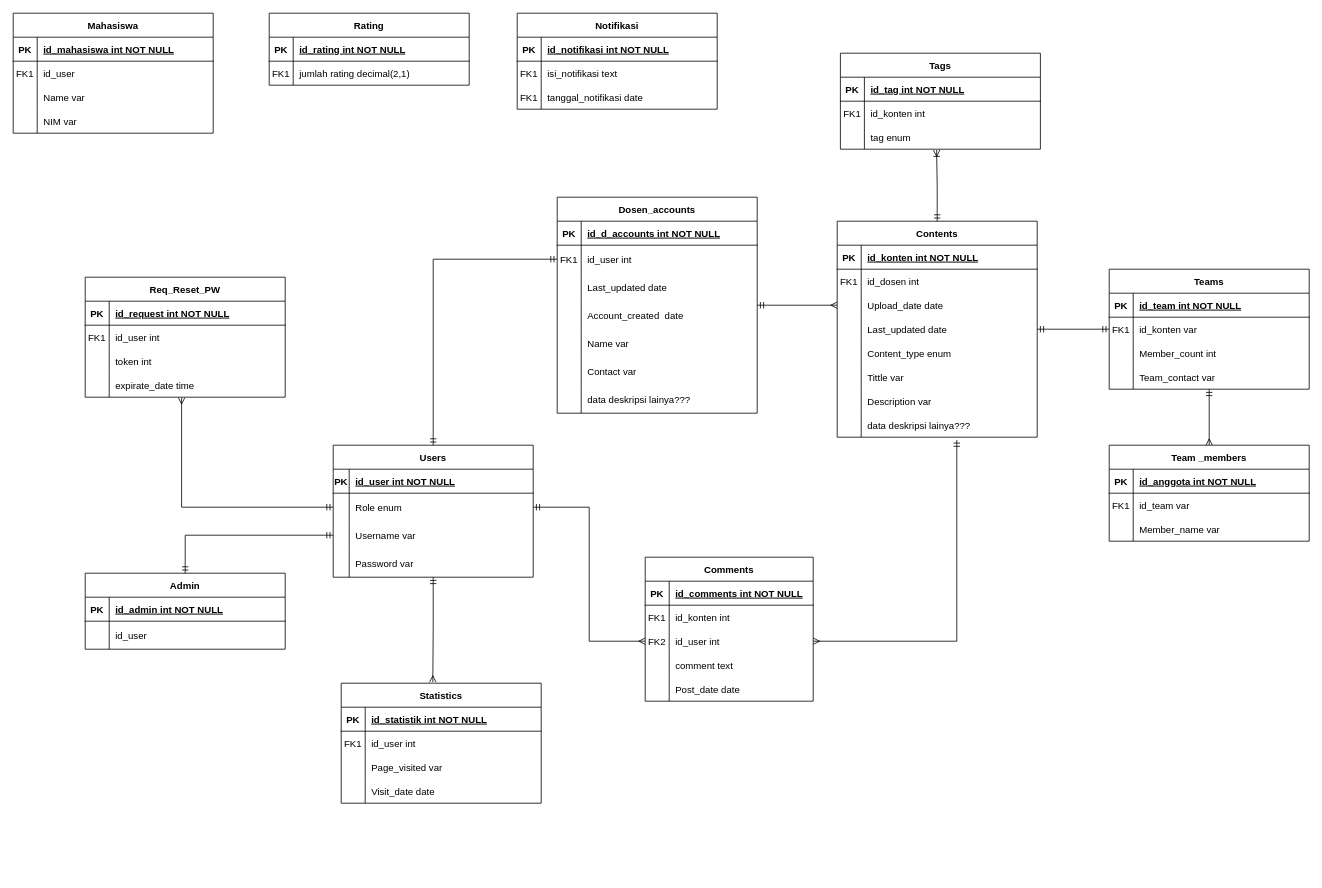
Before: Untitled Diagram.drawio in Iknip26/PAD_portofolio_TA, a draw.io diagram. Source tidied: cells renumbered, new cells numbered last; positions are measured from the earlier drawing's top-left corner, leaving out a move shared by most shapes. Both pictures are drawn from the tidied source at 80%, with x=0, y=0 at pixel (13, 13).
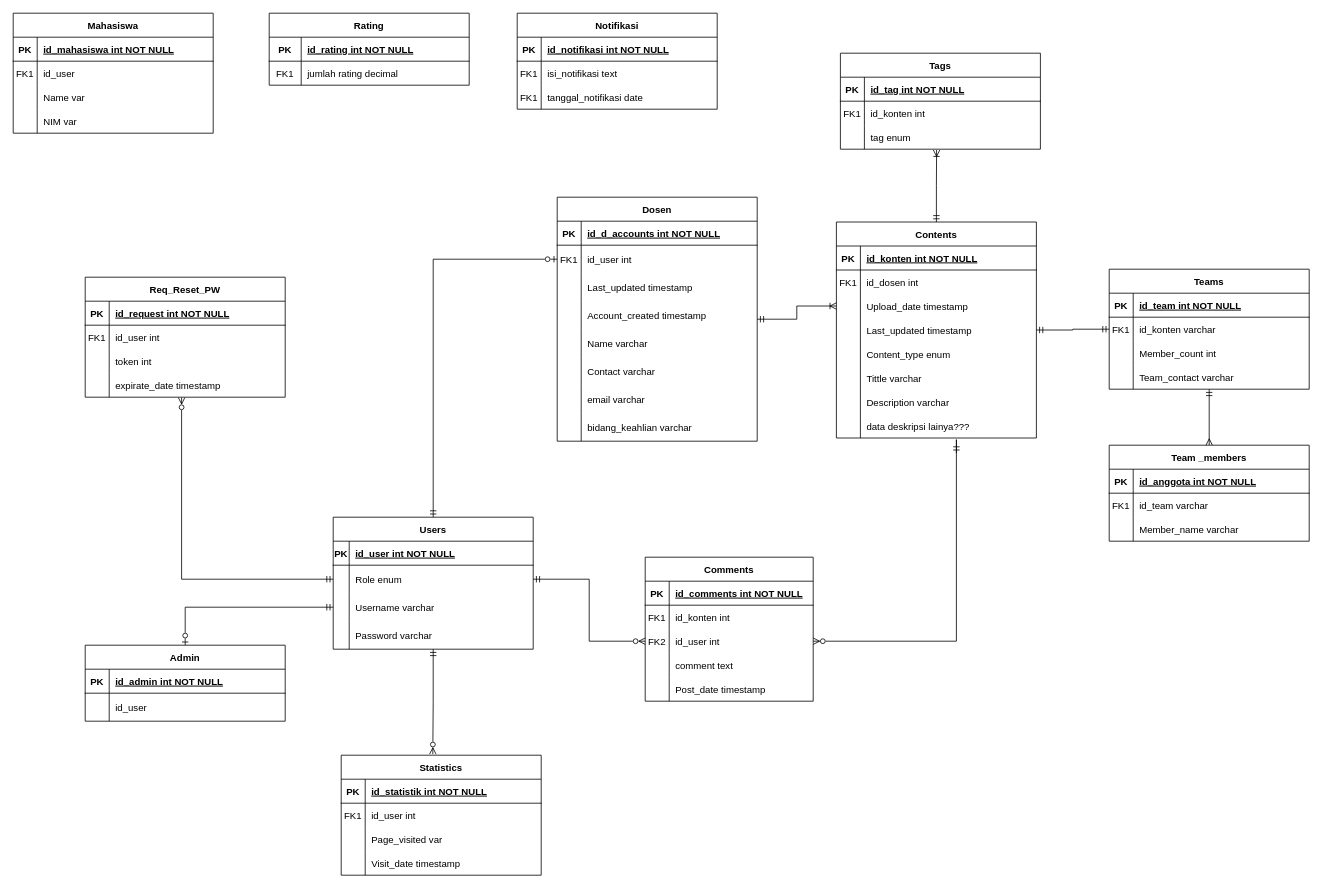
Above is the later version.

The change refers to these unchanged cells:
```xml
<mxCell id="11" style="shape=partialRectangle;fillColor=none;points=[[0,0.5],[1,0.5]];portConstraint=eastwest;top=0;left=0;right=0;bottom=0;" parent="4" vertex="1">
  <mxGeometry y="90" width="250" height="30" as="geometry" />
</mxCell>
<mxCell id="14" style="shape=partialRectangle;fillColor=none;top=0;left=0;right=0;bottom=0;" parent="4" vertex="1">
  <mxGeometry y="120" width="250" height="30" as="geometry" />
</mxCell>
<mxCell id="20" style="shape=partialRectangle;fillColor=none;top=0;left=0;right=0;bottom=0;" parent="4" vertex="1">
  <mxGeometry y="180" width="250" height="30" as="geometry" />
</mxCell>
<mxCell id="23" style="shape=partialRectangle;fillColor=none;top=0;left=0;right=0;bottom=0;" parent="4" vertex="1">
  <mxGeometry y="210" width="250" height="30" as="geometry" />
</mxCell>
<mxCell id="26" style="shape=partialRectangle;fillColor=none;points=[[0,0.5],[1,0.5]];portConstraint=eastwest;top=0;left=0;right=0;bottom=0;" parent="4" vertex="1">
  <mxGeometry y="240" width="250" height="30" as="geometry" />
</mxCell>
<mxCell id="37" style="shape=partialRectangle;fillColor=none;points=[[0,0.5],[1,0.5]];portConstraint=eastwest;top=0;left=0;right=0;bottom=0;" parent="30" vertex="1">
  <mxGeometry y="90" width="210" height="30" as="geometry" />
</mxCell>
<mxCell id="43" style="shape=partialRectangle;fillColor=none;top=0;left=0;right=0;bottom=0;" parent="30" vertex="1">
  <mxGeometry y="150" width="210" height="30" as="geometry" />
</mxCell>
<mxCell id="53" style="shape=partialRectangle;fillColor=none;points=[[0,0.5],[1,0.5]];portConstraint=eastwest;top=0;left=0;right=0;bottom=0;" parent="49" vertex="1">
  <mxGeometry y="60" width="250" height="35" as="geometry" />
</mxCell>
<mxCell id="56" style="shape=partialRectangle;fillColor=none;points=[[0,0.5],[1,0.5]];portConstraint=eastwest;top=0;left=0;right=0;bottom=0;" parent="49" vertex="1">
  <mxGeometry y="95" width="250" height="35" as="geometry" />
</mxCell>
<mxCell id="59" style="shape=partialRectangle;fillColor=none;top=0;left=0;right=0;bottom=0;" parent="49" vertex="1">
  <mxGeometry y="130" width="250" height="35" as="geometry" />
</mxCell>
<mxCell id="63" style="shape=partialRectangle;fillColor=none;top=0;left=0;right=0;bottom=1;" parent="62" vertex="1">
  <mxGeometry y="30" width="250" height="30" as="geometry" />
</mxCell>
<mxCell id="66" style="shape=partialRectangle;fillColor=none;top=0;left=0;right=0;bottom=0;" parent="62" vertex="1">
  <mxGeometry y="60" width="250" height="30" as="geometry" />
</mxCell>
<mxCell id="74" style="shape=partialRectangle;fillColor=none;points=[[0,0.5],[1,0.5]];portConstraint=eastwest;top=0;left=0;right=0;bottom=0;" parent="70" vertex="1">
  <mxGeometry y="60" width="250" height="30" as="geometry" />
</mxCell>
<mxCell id="80" style="shape=partialRectangle;fillColor=none;top=0;left=0;right=0;bottom=0;" parent="70" vertex="1">
  <mxGeometry y="120" width="250" height="30" as="geometry" />
</mxCell>
<mxCell id="87" style="shape=partialRectangle;fillColor=none;top=0;left=0;right=0;bottom=0;" parent="83" vertex="1">
  <mxGeometry y="60" width="250" height="30" as="geometry" />
</mxCell>
<mxCell id="90" style="shape=partialRectangle;fillColor=none;top=0;left=0;right=0;bottom=0;" parent="83" vertex="1">
  <mxGeometry y="90" width="250" height="30" as="geometry" />
</mxCell>
<mxCell id="103" style="shape=partialRectangle;fillColor=none;top=0;left=0;right=0;bottom=0;" parent="93" vertex="1">
  <mxGeometry y="120" width="250" height="30" as="geometry" />
</mxCell>
<mxCell id="126" style="shape=partialRectangle;fillColor=none;points=[[0,0.5],[1,0.5]];portConstraint=eastwest;top=0;left=0;right=0;bottom=0;" parent="116" vertex="1">
  <mxGeometry y="120" width="250" height="30" as="geometry" />
</mxCell>
<mxCell id="134" style="shape=partialRectangle;fillColor=none;points=[[0,0.5],[1,0.5]];portConstraint=eastwest;top=0;left=0;right=0;bottom=0;" parent="130" vertex="1">
  <mxGeometry y="60" width="250" height="35" as="geometry" />
</mxCell>
<mxCell id="137" style="shape=partialRectangle;fillColor=none;top=0;left=0;right=0;bottom=0;" parent="130" vertex="1">
  <mxGeometry y="95" width="250" height="35" as="geometry" />
</mxCell>
<mxCell id="140" style="shape=partialRectangle;fillColor=none;top=0;left=0;right=0;bottom=0;" parent="130" vertex="1">
  <mxGeometry y="130" width="250" height="35" as="geometry" />
</mxCell>
<mxCell id="143" style="shape=partialRectangle;fillColor=none;top=0;left=0;right=0;bottom=0;" parent="130" vertex="1">
  <mxGeometry y="165" width="250" height="35" as="geometry" />
</mxCell>
<mxCell id="146" style="shape=partialRectangle;fillColor=none;top=0;left=0;right=0;bottom=0;" parent="130" vertex="1">
  <mxGeometry y="200" width="250" height="35" as="geometry" />
</mxCell>
```

Diff of the diagram source:
```diff
@@
     <mxCell id="4" value="Contents" style="shape=table;startSize=30;childLayout=tableLayout;rowLines=0;fontStyle=1;align=center;" parent="1" vertex="1">
-      <mxGeometry x="1030" y="260" width="250" height="270" as="geometry" />
+      <mxGeometry x="1029" y="261" width="250" height="270" as="geometry" />
     </mxCell>
@@
-    <mxCell id="13" value="Upload_date date" style="shape=partialRectangle;overflow=hidden;fillColor=none;top=0;left=0;bottom=0;right=0;align=left;spacingLeft=6;" parent="11" vertex="1">
+    <mxCell id="13" value="Upload_date timestamp" style="shape=partialRectangle;overflow=hidden;fillColor=none;top=0;left=0;bottom=0;right=0;align=left;spacingLeft=6;" parent="11" vertex="1">
       <mxGeometry x="30" width="220" height="30" as="geometry" />
     </mxCell>
@@
-    <mxCell id="16" value="Last_updated date" style="shape=partialRectangle;overflow=hidden;fillColor=none;top=0;left=0;bottom=0;right=0;align=left;spacingLeft=6;" parent="14" vertex="1">
+    <mxCell id="16" value="Last_updated timestamp" style="shape=partialRectangle;overflow=hidden;fillColor=none;top=0;left=0;bottom=0;right=0;align=left;spacingLeft=6;" parent="14" vertex="1">
       <mxGeometry x="30" width="220" height="30" as="geometry" />
     </mxCell>
@@
-    <mxCell id="22" value="Tittle var" style="shape=partialRectangle;overflow=hidden;fillColor=none;top=0;left=0;bottom=0;right=0;align=left;spacingLeft=6;" parent="20" vertex="1">
+    <mxCell id="22" value="Tittle varchar" style="shape=partialRectangle;overflow=hidden;fillColor=none;top=0;left=0;bottom=0;right=0;align=left;spacingLeft=6;" parent="20" vertex="1">
       <mxGeometry x="30" width="220" height="30" as="geometry" />
     </mxCell>
@@
-    <mxCell id="25" value="Description var" style="shape=partialRectangle;overflow=hidden;fillColor=none;top=0;left=0;bottom=0;right=0;align=left;spacingLeft=6;" parent="23" vertex="1">
+    <mxCell id="25" value="Description varchar" style="shape=partialRectangle;overflow=hidden;fillColor=none;top=0;left=0;bottom=0;right=0;align=left;spacingLeft=6;" parent="23" vertex="1">
       <mxGeometry x="30" width="220" height="30" as="geometry" />
     </mxCell>
@@
-    <mxCell id="29" style="edgeStyle=orthogonalEdgeStyle;rounded=0;jettySize=auto;html=1;entryX=0.598;entryY=1.112;entryDx=0;entryDy=0;entryPerimeter=0;exitX=1;exitY=0.5;exitDx=0;exitDy=0;startArrow=ERmany;startFill=0;endArrow=ERmandOne;endFill=0;" parent="1" edge="1" source="37" target="26">
+    <mxCell id="29" style="edgeStyle=orthogonalEdgeStyle;rounded=0;jettySize=auto;html=1;exitX=1;exitY=0.5;exitDx=0;exitDy=0;startArrow=ERzeroToMany;startFill=0;endArrow=ERmandOne;endFill=0;" parent="1" edge="1" source="37">
       <mxGeometry relative="1" as="geometry">
+        <mxPoint x="1179" y="550" as="targetPoint" />
         <Array as="points">
           <mxPoint x="1179" y="785" />
           <mxPoint x="1179" y="533" />
         </Array>
       </mxGeometry>
     </mxCell>
@@
-    <mxCell id="45" value="Post_date date" style="shape=partialRectangle;overflow=hidden;fillColor=none;top=0;left=0;bottom=0;right=0;align=left;spacingLeft=6;" parent="43" vertex="1">
+    <mxCell id="45" value="Post_date timestamp" style="shape=partialRectangle;overflow=hidden;fillColor=none;top=0;left=0;bottom=0;right=0;align=left;spacingLeft=6;" parent="43" vertex="1">
       <mxGeometry x="30" width="180" height="30" as="geometry" />
     </mxCell>
-    <mxCell id="46" style="edgeStyle=orthogonalEdgeStyle;rounded=0;jettySize=auto;html=1;entryX=0;entryY=0.5;entryDx=0;entryDy=0;startArrow=ERmandOne;startFill=0;endArrow=ERmandOne;endFill=0;" parent="1" edge="1" source="49" target="134">
+    <mxCell id="46" style="edgeStyle=orthogonalEdgeStyle;rounded=0;jettySize=auto;html=1;entryX=0;entryY=0.5;entryDx=0;entryDy=0;startArrow=ERmandOne;startFill=0;endArrow=ERzeroToOne;endFill=0;" parent="1" edge="1" source="49" target="134">
       <mxGeometry relative="1" as="geometry" />
     </mxCell>
-    <mxCell id="47" style="edgeStyle=orthogonalEdgeStyle;rounded=0;jettySize=auto;html=1;entryX=0.5;entryY=0;entryDx=0;entryDy=0;exitX=0;exitY=0.5;exitDx=0;exitDy=0;startArrow=ERmandOne;startFill=0;endArrow=ERmandOne;endFill=0;" parent="1" edge="1" source="56" target="152">
+    <mxCell id="47" style="edgeStyle=orthogonalEdgeStyle;rounded=0;jettySize=auto;html=1;entryX=0.5;entryY=0;entryDx=0;entryDy=0;exitX=0;exitY=0.5;exitDx=0;exitDy=0;startArrow=ERmandOne;startFill=0;endArrow=ERzeroToOne;endFill=0;" parent="1" edge="1" source="56" target="152">
       <mxGeometry relative="1" as="geometry" />
     </mxCell>
-    <mxCell id="48" style="edgeStyle=orthogonalEdgeStyle;rounded=0;jettySize=auto;html=1;entryX=0.458;entryY=-0.009;entryDx=0;entryDy=0;entryPerimeter=0;startArrow=ERmandOne;startFill=0;endArrow=ERmany;endFill=0;" parent="1" edge="1" source="49" target="93">
+    <mxCell id="48" style="edgeStyle=orthogonalEdgeStyle;rounded=0;jettySize=auto;html=1;entryX=0.458;entryY=-0.009;entryDx=0;entryDy=0;entryPerimeter=0;startArrow=ERmandOne;startFill=0;endArrow=ERzeroToMany;endFill=0;" parent="1" edge="1" source="49" target="93">
       <mxGeometry relative="1" as="geometry" />
     </mxCell>
     <mxCell id="49" value="Users" style="shape=table;startSize=30;childLayout=tableLayout;rowLines=0;fontStyle=1;align=center;" parent="1" vertex="1">
-      <mxGeometry x="400" y="540" width="250" height="165" as="geometry" />
+      <mxGeometry x="400" y="630" width="250" height="165" as="geometry" />
     </mxCell>
@@
-    <mxCell id="58" value="Username var" style="shape=partialRectangle;overflow=hidden;fillColor=none;top=0;left=0;bottom=0;right=0;align=left;spacingLeft=6;" parent="56" vertex="1">
+    <mxCell id="58" value="Username varchar" style="shape=partialRectangle;overflow=hidden;fillColor=none;top=0;left=0;bottom=0;right=0;align=left;spacingLeft=6;" parent="56" vertex="1">
       <mxGeometry x="20" width="230" height="35" as="geometry" />
     </mxCell>
@@
-    <mxCell id="61" value="Password var" style="shape=partialRectangle;overflow=hidden;fillColor=none;top=0;left=0;bottom=0;right=0;align=left;spacingLeft=6;" parent="59" vertex="1">
+    <mxCell id="61" value="Password varchar" style="shape=partialRectangle;overflow=hidden;fillColor=none;top=0;left=0;bottom=0;right=0;align=left;spacingLeft=6;" parent="59" vertex="1">
       <mxGeometry x="20" width="230" height="35" as="geometry" />
     </mxCell>
@@
     <mxCell id="64" value="PK" style="shape=partialRectangle;overflow=hidden;fillColor=none;top=0;left=0;bottom=0;right=0;fontStyle=1;" parent="63" vertex="1">
-      <mxGeometry width="30" height="30" as="geometry" />
+      <mxGeometry width="40" height="30" as="geometry" />
     </mxCell>
     <mxCell id="65" value="id_rating int NOT NULL " style="shape=partialRectangle;overflow=hidden;fillColor=none;top=0;left=0;bottom=0;right=0;align=left;spacingLeft=6;fontStyle=5;" parent="63" vertex="1">
-      <mxGeometry x="30" width="220" height="30" as="geometry" />
+      <mxGeometry x="40" width="210" height="30" as="geometry" />
     </mxCell>
@@
     <mxCell id="67" value="FK1" style="shape=partialRectangle;overflow=hidden;fillColor=none;top=0;left=0;bottom=0;right=0;" parent="66" vertex="1">
-      <mxGeometry width="30" height="30" as="geometry" />
+      <mxGeometry width="40" height="30" as="geometry" />
     </mxCell>
-    <mxCell id="68" value="jumlah rating decimal(2,1)" style="shape=partialRectangle;overflow=hidden;fillColor=none;top=0;left=0;bottom=0;right=0;align=left;spacingLeft=6;" parent="66" vertex="1">
-      <mxGeometry x="30" width="220" height="30" as="geometry" />
+    <mxCell id="68" value="jumlah rating decimal" style="shape=partialRectangle;overflow=hidden;fillColor=none;top=0;left=0;bottom=0;right=0;align=left;spacingLeft=6;" parent="66" vertex="1">
+      <mxGeometry x="40" width="210" height="30" as="geometry" />
     </mxCell>
@@
-    <mxCell id="76" value="id_konten var" style="shape=partialRectangle;overflow=hidden;fillColor=none;top=0;left=0;bottom=0;right=0;align=left;spacingLeft=6;" parent="74" vertex="1">
+    <mxCell id="76" value="id_konten varchar" style="shape=partialRectangle;overflow=hidden;fillColor=none;top=0;left=0;bottom=0;right=0;align=left;spacingLeft=6;" parent="74" vertex="1">
       <mxGeometry x="30" width="220" height="30" as="geometry" />
     </mxCell>
@@
-    <mxCell id="82" value="Team_contact var" style="shape=partialRectangle;overflow=hidden;fillColor=none;top=0;left=0;bottom=0;right=0;align=left;spacingLeft=6;" parent="80" vertex="1">
+    <mxCell id="82" value="Team_contact varchar" style="shape=partialRectangle;overflow=hidden;fillColor=none;top=0;left=0;bottom=0;right=0;align=left;spacingLeft=6;" parent="80" vertex="1">
       <mxGeometry x="30" width="220" height="30" as="geometry" />
     </mxCell>
@@
-    <mxCell id="89" value="id_team var" style="shape=partialRectangle;overflow=hidden;fillColor=none;top=0;left=0;bottom=0;right=0;align=left;spacingLeft=6;" parent="87" vertex="1">
+    <mxCell id="89" value="id_team varchar" style="shape=partialRectangle;overflow=hidden;fillColor=none;top=0;left=0;bottom=0;right=0;align=left;spacingLeft=6;" parent="87" vertex="1">
       <mxGeometry x="30" width="220" height="30" as="geometry" />
     </mxCell>
@@
-    <mxCell id="92" value="Member_name var" style="shape=partialRectangle;overflow=hidden;fillColor=none;top=0;left=0;bottom=0;right=0;align=left;spacingLeft=6;" parent="90" vertex="1">
+    <mxCell id="92" value="Member_name varchar" style="shape=partialRectangle;overflow=hidden;fillColor=none;top=0;left=0;bottom=0;right=0;align=left;spacingLeft=6;" parent="90" vertex="1">
       <mxGeometry x="30" width="220" height="30" as="geometry" />
     </mxCell>
     <mxCell id="93" value="Statistics" style="shape=table;startSize=30;childLayout=tableLayout;rowLines=0;fontStyle=1;align=center;" parent="1" vertex="1">
-      <mxGeometry x="410" y="837.5" width="250" height="150" as="geometry" />
+      <mxGeometry x="410" y="927.5" width="250" height="150" as="geometry" />
     </mxCell>
@@
-    <mxCell id="105" value="Visit_date date" style="shape=partialRectangle;overflow=hidden;fillColor=none;top=0;left=0;bottom=0;right=0;align=left;spacingLeft=6;" parent="103" vertex="1">
+    <mxCell id="105" value="Visit_date timestamp" style="shape=partialRectangle;overflow=hidden;fillColor=none;top=0;left=0;bottom=0;right=0;align=left;spacingLeft=6;" parent="103" vertex="1">
       <mxGeometry x="30" width="220" height="30" as="geometry" />
     </mxCell>
@@
-    <mxCell id="128" value="expirate_date time" style="shape=partialRectangle;overflow=hidden;fillColor=none;top=0;left=0;bottom=0;right=0;align=left;spacingLeft=6;" parent="126" vertex="1">
+    <mxCell id="128" value="expirate_date timestamp" style="shape=partialRectangle;overflow=hidden;fillColor=none;top=0;left=0;bottom=0;right=0;align=left;spacingLeft=6;" parent="126" vertex="1">
       <mxGeometry x="30" width="220" height="30" as="geometry" />
     </mxCell>
-    <mxCell id="129" style="edgeStyle=orthogonalEdgeStyle;rounded=0;jettySize=auto;html=1;entryX=0;entryY=0.5;entryDx=0;entryDy=0;endArrow=ERmany;endFill=0;startArrow=ERmandOne;startFill=0;" parent="1" edge="1" source="130" target="11">
+    <mxCell id="129" style="edgeStyle=orthogonalEdgeStyle;rounded=0;jettySize=auto;html=1;entryX=0;entryY=0.5;entryDx=0;entryDy=0;endArrow=ERoneToMany;endFill=0;startArrow=ERmandOne;startFill=0;" parent="1" edge="1" source="130" target="11">
       <mxGeometry relative="1" as="geometry" />
     </mxCell>
-    <mxCell id="130" value="Dosen_accounts" style="shape=table;startSize=30;childLayout=tableLayout;rowLines=0;fontStyle=1;align=center;" parent="1" vertex="1">
-      <mxGeometry x="680" y="230" width="250" height="270" as="geometry" />
+    <mxCell id="130" value="Dosen" style="shape=table;startSize=30;childLayout=tableLayout;rowLines=0;fontStyle=1;align=center;" parent="1" vertex="1">
+      <mxGeometry x="680" y="230" width="250" height="305" as="geometry" />
     </mxCell>
@@
-    <mxCell id="139" value="Last_updated date" style="shape=partialRectangle;overflow=hidden;fillColor=none;top=0;left=0;bottom=0;right=0;align=left;spacingLeft=6;" parent="137" vertex="1">
+    <mxCell id="139" value="Last_updated timestamp" style="shape=partialRectangle;overflow=hidden;fillColor=none;top=0;left=0;bottom=0;right=0;align=left;spacingLeft=6;" parent="137" vertex="1">
       <mxGeometry x="30" width="220" height="35" as="geometry" />
     </mxCell>
@@
-    <mxCell id="142" value="Account_created  date" style="shape=partialRectangle;overflow=hidden;fillColor=none;top=0;left=0;bottom=0;right=0;align=left;spacingLeft=6;" parent="140" vertex="1">
+    <mxCell id="142" value="Account_created timestamp" style="shape=partialRectangle;overflow=hidden;fillColor=none;top=0;left=0;bottom=0;right=0;align=left;spacingLeft=6;" parent="140" vertex="1">
       <mxGeometry x="30" width="220" height="35" as="geometry" />
     </mxCell>
@@
-    <mxCell id="145" value="Name var" style="shape=partialRectangle;overflow=hidden;fillColor=none;top=0;left=0;bottom=0;right=0;align=left;spacingLeft=6;" parent="143" vertex="1">
+    <mxCell id="145" value="Name varchar" style="shape=partialRectangle;overflow=hidden;fillColor=none;top=0;left=0;bottom=0;right=0;align=left;spacingLeft=6;" parent="143" vertex="1">
       <mxGeometry x="30" width="220" height="35" as="geometry" />
     </mxCell>
@@
-    <mxCell id="148" value="Contact var" style="shape=partialRectangle;overflow=hidden;fillColor=none;top=0;left=0;bottom=0;right=0;align=left;spacingLeft=6;" parent="146" vertex="1">
+    <mxCell id="148" value="Contact varchar" style="shape=partialRectangle;overflow=hidden;fillColor=none;top=0;left=0;bottom=0;right=0;align=left;spacingLeft=6;" parent="146" vertex="1">
       <mxGeometry x="30" width="220" height="35" as="geometry" />
     </mxCell>
+    <mxCell id="184" style="shape=partialRectangle;fillColor=none;top=0;left=0;right=0;bottom=0;" parent="130" vertex="1">
+      <mxGeometry y="235" width="250" height="35" as="geometry" />
+    </mxCell>
+    <mxCell id="185" style="shape=partialRectangle;overflow=hidden;fillColor=none;top=0;left=0;bottom=0;right=0;" parent="184" vertex="1">
+      <mxGeometry width="30" height="35" as="geometry" />
+    </mxCell>
+    <mxCell id="186" value="email varchar" style="shape=partialRectangle;overflow=hidden;fillColor=none;top=0;left=0;bottom=0;right=0;align=left;spacingLeft=6;" parent="184" vertex="1">
+      <mxGeometry x="30" width="220" height="35" as="geometry" />
+    </mxCell>
     <mxCell id="149" style="shape=partialRectangle;fillColor=none;top=0;left=0;right=0;bottom=0;" parent="130" vertex="1">
-      <mxGeometry y="235" width="250" height="35" as="geometry" />
+      <mxGeometry y="270" width="250" height="35" as="geometry" />
     </mxCell>
@@
-    <mxCell id="151" value="data deskripsi lainya???" style="shape=partialRectangle;overflow=hidden;fillColor=none;top=0;left=0;bottom=0;right=0;align=left;spacingLeft=6;" parent="149" vertex="1">
+    <mxCell id="151" value="bidang_keahlian varchar" style="shape=partialRectangle;overflow=hidden;fillColor=none;top=0;left=0;bottom=0;right=0;align=left;spacingLeft=6;" parent="149" vertex="1">
       <mxGeometry x="30" width="220" height="35" as="geometry" />
     </mxCell>
     <mxCell id="152" value="Admin" style="shape=table;startSize=30;childLayout=tableLayout;rowLines=0;fontStyle=1;align=center;" parent="1" vertex="1">
-      <mxGeometry x="90" y="700" width="250" height="95" as="geometry" />
+      <mxGeometry x="90" y="790" width="250" height="95" as="geometry" />
     </mxCell>
@@
-    <mxCell id="169" style="edgeStyle=orthogonalEdgeStyle;rounded=0;jettySize=auto;html=1;entryX=0.482;entryY=1.019;entryDx=0;entryDy=0;entryPerimeter=0;startArrow=ERmandOne;startFill=0;endArrow=ERmany;endFill=0;" parent="1" edge="1" source="53" target="126">
+    <mxCell id="169" style="edgeStyle=orthogonalEdgeStyle;rounded=0;jettySize=auto;html=1;entryX=0.482;entryY=1.019;entryDx=0;entryDy=0;entryPerimeter=0;startArrow=ERmandOne;startFill=0;endArrow=ERzeroToMany;endFill=0;" parent="1" edge="1" source="53" target="126">
       <mxGeometry relative="1" as="geometry" />
     </mxCell>
-    <mxCell id="170" style="edgeStyle=orthogonalEdgeStyle;rounded=0;jettySize=auto;html=1;entryX=0;entryY=0.5;entryDx=0;entryDy=0;startArrow=ERmandOne;startFill=0;endArrow=ERmany;endFill=0;" parent="1" edge="1" source="53" target="37">
+    <mxCell id="170" style="edgeStyle=orthogonalEdgeStyle;rounded=0;jettySize=auto;html=1;entryX=0;entryY=0.5;entryDx=0;entryDy=0;startArrow=ERmandOne;startFill=0;endArrow=ERzeroToMany;endFill=0;" parent="1" edge="1" source="53" target="37">
       <mxGeometry relative="1" as="geometry" />
     </mxCell>
```
